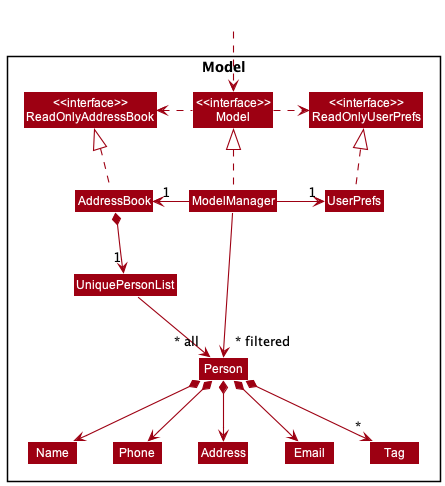
Above: docs/images/ModelClassDiagram.png in nus-cs2103-AY2223S2/tp (PlantUML), before the change.
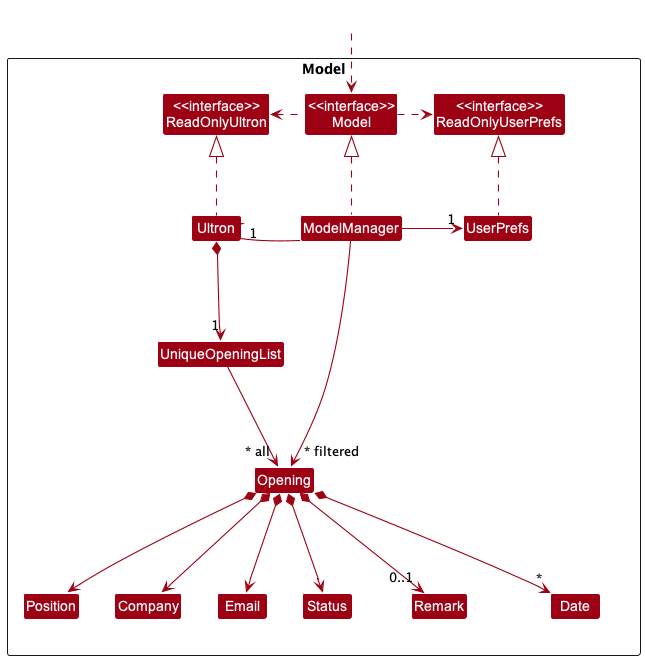
After the commit.

What changed in the source:
```diff
@@ -5,46 +5,44 @@
 skinparam classBackgroundColor MODEL_COLOR
 
 Package Model <<Rectangle>>{
-Class "<<interface>>\nReadOnlyAddressBook" as ReadOnlyAddressBook
+Class "<<interface>>\nReadOnlyUltron" as ReadOnlyUltron
 Class "<<interface>>\nReadOnlyUserPrefs" as ReadOnlyUserPrefs
 Class "<<interface>>\nModel" as Model
-Class AddressBook
+Class Ultron
 Class ModelManager
 Class UserPrefs
 
-Class UniquePersonList
-Class Person
-Class Address
+Class UniqueOpeningList
+Class Opening
+Class Position
+Class Company
 Class Email
-Class Name
-Class Phone
-Class Tag
+Class Status
+Class Remark
+Class Date
 
 }
 
 Class HiddenOutside #FFFFFF
 HiddenOutside ..> Model
 
-AddressBook .up.|> ReadOnlyAddressBook
+Ultron .up.|> ReadOnlyUltron
 
 ModelManager .up.|> Model
 Model .right.> ReadOnlyUserPrefs
-Model .left.> ReadOnlyAddressBook
-ModelManager -left-> "1" AddressBook
+Model .left.> ReadOnlyUltron
+ModelManager -left-> "1" Ultron
 ModelManager -right-> "1" UserPrefs
 UserPrefs .up.|> ReadOnlyUserPrefs
 
-AddressBook *--> "1" UniquePersonList
-UniquePersonList --> "~* all" Person
-Person *--> Name
-Person *--> Phone
-Person *--> Email
-Person *--> Address
-Person *--> "*" Tag
+Ultron *--> "1" UniqueOpeningList
+UniqueOpeningList --> "~* all" Opening
+Opening *--> Position
+Opening *--> Company
+Opening *--> Email
+Opening *--> Status
+Opening *--> "0..1"Remark
+Opening *--> "*" Date
 
-Name -[hidden]right-> Phone
-Phone -[hidden]right-> Address
-Address -[hidden]right-> Email
-
-ModelManager -->"~* filtered" Person
+ModelManager -->"~* filtered" Opening
 @enduml
```
